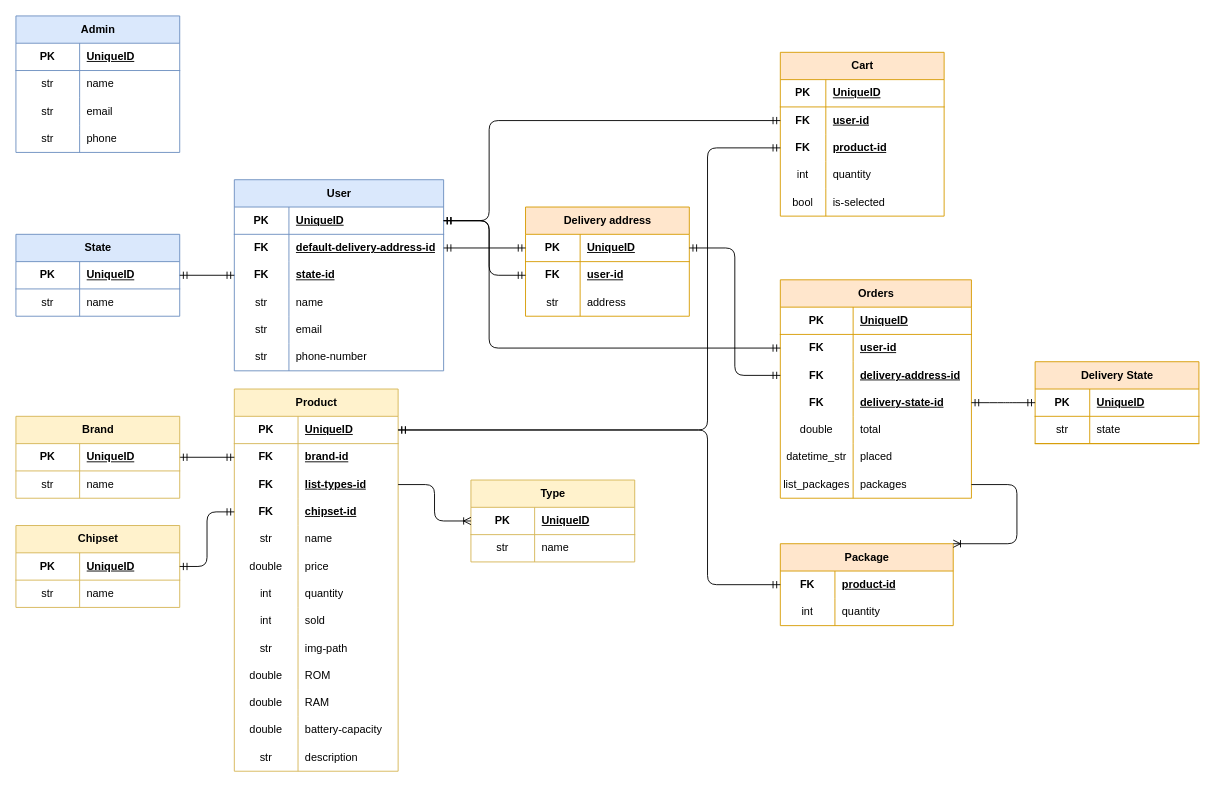
Above: erd.drawio in dungtq2k5/dungtq2k5.digimart.github.io (draw.io), before the change. Source tidied: cells renumbered, new cells numbered last; positions are measured from the earlier drawing's top-left corner, leaving out a move shared by most shapes. Both pictures are drawn from the tidied source at 91%, with x=0, y=0 at pixel (15, 15).
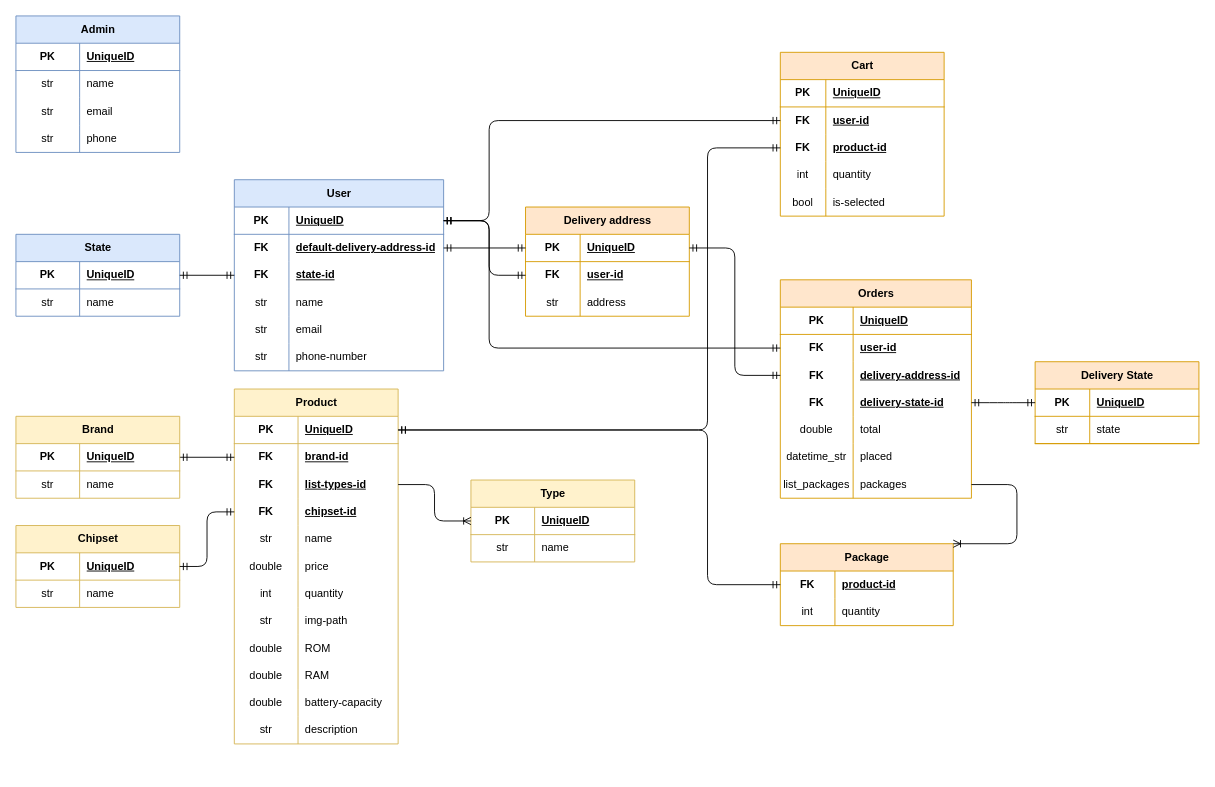
Above is the later version.

What changed in the source:
```diff
@@
     <mxCell id="50" value="Product" style="shape=table;startSize=30;childLayout=tableLayout;rowLines=0;fontStyle=1;align=center;html=1;fillColor=#fff2cc;strokeColor=#d6b656;" parent="1" vertex="1">
-      <mxGeometry x="240" y="410" width="180" height="420" as="geometry" />
+      <mxGeometry x="240" y="410" width="180" height="390" as="geometry" />
     </mxCell>
@@
-    <mxCell id="72" style="shape=tableRow;horizontal=0;startSize=0;swimlaneHead=0;swimlaneBody=0;fillColor=none;top=0;left=0;right=0;bottom=0;" parent="50" vertex="1">
-      <mxGeometry y="240" width="180" height="30" as="geometry" />
-    </mxCell>
-    <mxCell id="73" value="int" style="shape=partialRectangle;fillColor=none;top=0;left=0;bottom=0;right=0;overflow=hidden;whiteSpace=wrap;html=1;" parent="72" vertex="1">
-      <mxGeometry width="70" height="30" as="geometry" />
-    </mxCell>
-    <mxCell id="74" value="sold" style="shape=partialRectangle;fillColor=none;top=0;left=0;bottom=0;right=0;align=left;spacingLeft=6;overflow=hidden;whiteSpace=wrap;html=1;" parent="72" vertex="1">
-      <mxGeometry x="70" width="110" height="30" as="geometry" />
-    </mxCell>
     <mxCell id="75" style="shape=tableRow;horizontal=0;startSize=0;swimlaneHead=0;swimlaneBody=0;fillColor=none;top=0;left=0;right=0;bottom=0;" parent="50" vertex="1">
-      <mxGeometry y="270" width="180" height="30" as="geometry" />
+      <mxGeometry y="240" width="180" height="30" as="geometry" />
     </mxCell>
@@
     <mxCell id="78" style="shape=tableRow;horizontal=0;startSize=0;swimlaneHead=0;swimlaneBody=0;fillColor=none;top=0;left=0;right=0;bottom=0;" parent="50" vertex="1">
-      <mxGeometry y="300" width="180" height="30" as="geometry" />
+      <mxGeometry y="270" width="180" height="30" as="geometry" />
     </mxCell>
@@
     <mxCell id="81" style="shape=tableRow;horizontal=0;startSize=0;swimlaneHead=0;swimlaneBody=0;fillColor=none;top=0;left=0;right=0;bottom=0;" parent="50" vertex="1">
-      <mxGeometry y="330" width="180" height="30" as="geometry" />
+      <mxGeometry y="300" width="180" height="30" as="geometry" />
     </mxCell>
@@
     <mxCell id="84" style="shape=tableRow;horizontal=0;startSize=0;swimlaneHead=0;swimlaneBody=0;fillColor=none;top=0;left=0;right=0;bottom=0;" parent="50" vertex="1">
-      <mxGeometry y="360" width="180" height="30" as="geometry" />
+      <mxGeometry y="330" width="180" height="30" as="geometry" />
     </mxCell>
@@
     <mxCell id="87" style="shape=tableRow;horizontal=0;startSize=0;swimlaneHead=0;swimlaneBody=0;fillColor=none;top=0;left=0;right=0;bottom=0;" parent="50" vertex="1">
-      <mxGeometry y="390" width="180" height="30" as="geometry" />
+      <mxGeometry y="360" width="180" height="30" as="geometry" />
     </mxCell>
```
